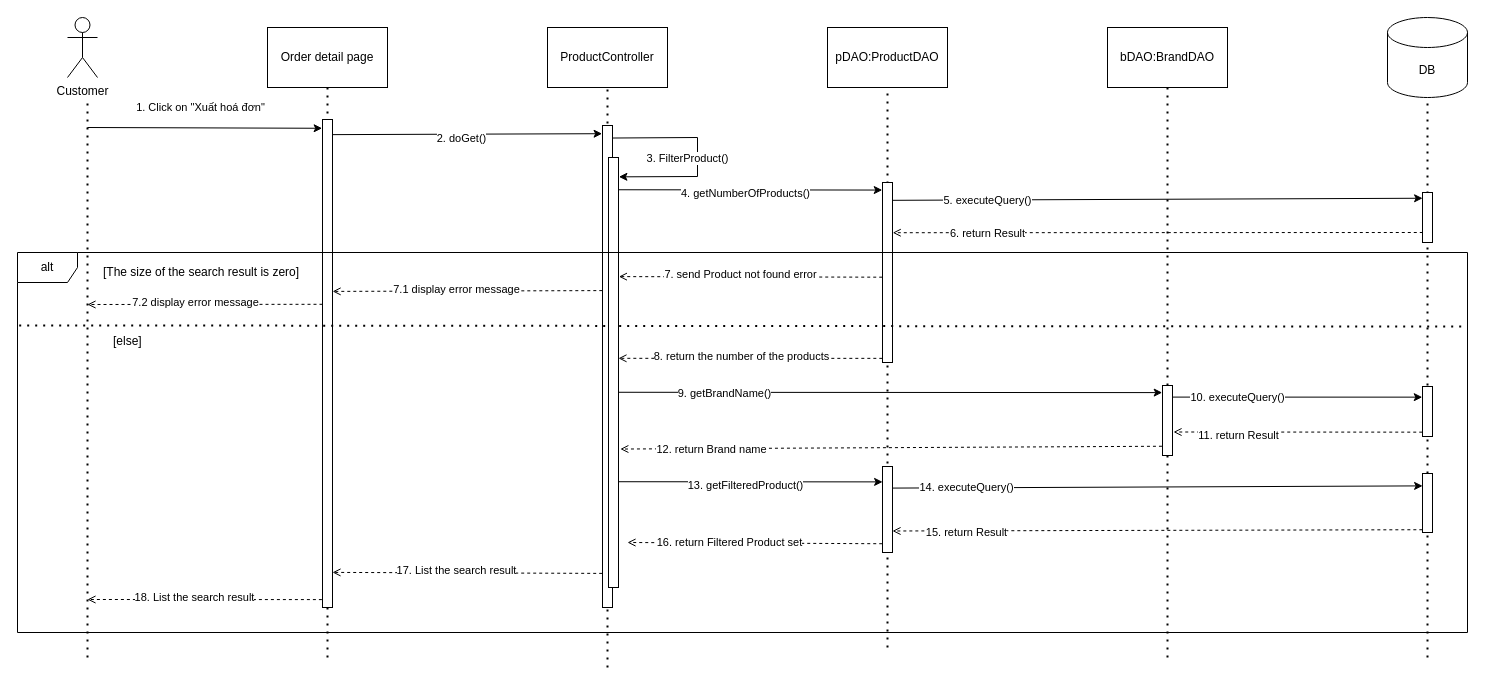
QuocZuong/perfume-store keeps this draw.io diagram as document/SDS/10.Export_Request/Sequence_Diagram/Export_Receipt_Sequence_Diagram.drawio. Above is the earlier version. Source tidied: cells renumbered, new cells numbered last; positions are measured from the earlier drawing's top-left corner, leaving out a move shared by most shapes. Both pictures are drawn from the tidied source at 100%, with x=0, y=0 at pixel (17, 17).
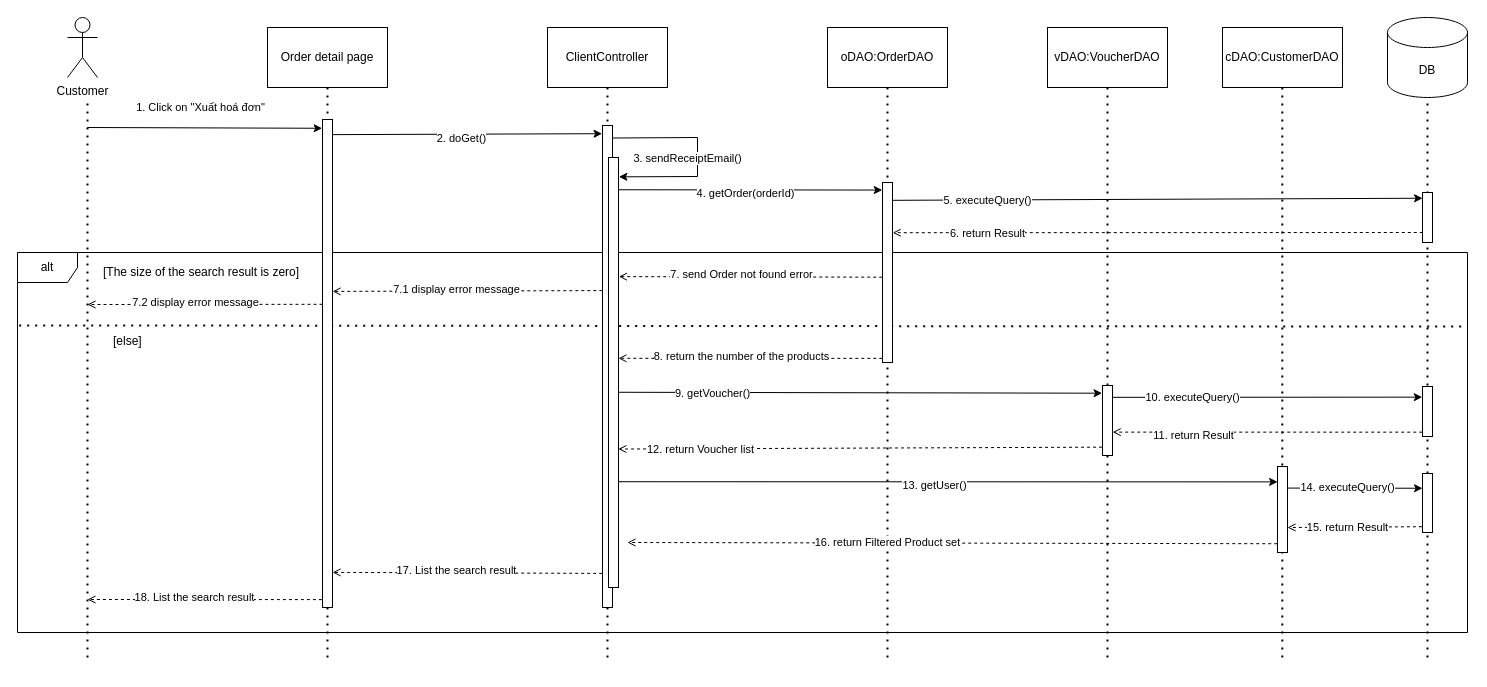
The same page after the edit.

Unchanged cells that the change refers to:
```xml
<mxCell id="17" style="rounded=0;whiteSpace=wrap;html=1;" parent="1" vertex="1">
  <mxGeometry x="585" y="108" width="10" height="482" as="geometry" />
</mxCell>
<mxCell id="18" style="rounded=0;whiteSpace=wrap;html=1;" parent="1" vertex="1">
  <mxGeometry x="865" y="165" width="10" height="180" as="geometry" />
</mxCell>
<mxCell id="34" style="rounded=0;whiteSpace=wrap;html=1;" parent="1" vertex="1">
  <mxGeometry x="1405" y="369" width="10" height="50" as="geometry" />
</mxCell>
<mxCell id="38" style="rounded=0;whiteSpace=wrap;html=1;" parent="1" vertex="1">
  <mxGeometry x="1405" y="456" width="10" height="59" as="geometry" />
</mxCell>
<mxCell id="44" style="rounded=0;whiteSpace=wrap;html=1;" parent="1" vertex="1">
  <mxGeometry x="591" y="140" width="10" height="430" as="geometry" />
</mxCell>
```

Change to the diagram source:
```diff
@@
+    <mxCell id="47" style="endArrow=none;dashed=1;html=1;dashPattern=1 3;strokeWidth=2;rounded=0;entryX=0.5;entryY=1;entryDx=0;entryDy=0;" parent="1" edge="1">
+      <mxGeometry relative="1" as="geometry">
+        <mxPoint x="1264.8" y="640" as="sourcePoint" />
+        <mxPoint x="1264.8" y="70" as="targetPoint" />
+      </mxGeometry>
+    </mxCell>
+    <mxCell id="6" style="endArrow=none;dashed=1;html=1;dashPattern=1 3;strokeWidth=2;rounded=0;" parent="1" edge="1">
+      <mxGeometry relative="1" as="geometry">
+        <mxPoint x="70" y="640" as="sourcePoint" />
+        <mxPoint x="70" y="80" as="targetPoint" />
+      </mxGeometry>
+    </mxCell>
+    <mxCell id="28" style="endArrow=none;dashed=1;html=1;dashPattern=1 3;strokeWidth=2;rounded=0;exitX=0.002;exitY=0.165;exitDx=0;exitDy=0;exitPerimeter=0;entryX=1;entryY=0.195;entryDx=0;entryDy=0;entryPerimeter=0;" parent="1" edge="1" target="46">
+      <mxGeometry relative="1" as="geometry">
+        <mxPoint x="1.7" y="307.9" as="sourcePoint" />
+      </mxGeometry>
+    </mxCell>
+    <mxCell id="46" value="alt" style="shape=umlFrame;whiteSpace=wrap;html=1;" parent="1" vertex="1">
+      <mxGeometry y="235" width="1450" height="380" as="geometry" />
+    </mxCell>
@@
-    <mxCell id="4" value="ProductController" style="rounded=0;whiteSpace=wrap;html=1;" parent="1" vertex="1">
+    <mxCell id="4" value="ClientController" style="rounded=0;whiteSpace=wrap;html=1;" parent="1" vertex="1">
       <mxGeometry x="530" y="10" width="120" height="60" as="geometry" />
     </mxCell>
-    <mxCell id="5" value="pDAO:ProductDAO" style="rounded=0;whiteSpace=wrap;html=1;" parent="1" vertex="1">
+    <mxCell id="5" value="oDAO:OrderDAO" style="rounded=0;whiteSpace=wrap;html=1;" parent="1" vertex="1">
       <mxGeometry x="810" y="10" width="120" height="60" as="geometry" />
     </mxCell>
-    <mxCell id="6" style="endArrow=none;dashed=1;html=1;dashPattern=1 3;strokeWidth=2;rounded=0;" parent="1" edge="1">
-      <mxGeometry relative="1" as="geometry">
-        <mxPoint x="70" y="640" as="sourcePoint" />
-        <mxPoint x="70" y="80" as="targetPoint" />
-      </mxGeometry>
-    </mxCell>
@@
     <mxCell id="8" style="endArrow=none;dashed=1;html=1;dashPattern=1 3;strokeWidth=2;rounded=0;entryX=0.5;entryY=1;entryDx=0;entryDy=0;" parent="1" edge="1" target="4">
       <mxGeometry relative="1" as="geometry">
-        <mxPoint x="590" y="650" as="sourcePoint" />
+        <mxPoint x="590" y="640" as="sourcePoint" />
       </mxGeometry>
     </mxCell>
     <mxCell id="9" style="endArrow=none;dashed=1;html=1;dashPattern=1 3;strokeWidth=2;rounded=0;" parent="1" edge="1">
       <mxGeometry relative="1" as="geometry">
-        <mxPoint x="870" y="630" as="sourcePoint" />
+        <mxPoint x="870" y="640" as="sourcePoint" />
         <mxPoint x="870" y="70" as="targetPoint" />
       </mxGeometry>
     </mxCell>
@@
-    <mxCell id="12" value="bDAO:BrandDAO" style="rounded=0;whiteSpace=wrap;html=1;" parent="1" vertex="1">
-      <mxGeometry x="1090" y="10" width="120" height="60" as="geometry" />
+    <mxCell id="12" value="vDAO:VoucherDAO" style="rounded=0;whiteSpace=wrap;html=1;" parent="1" vertex="1">
+      <mxGeometry x="1030" y="10" width="120" height="60" as="geometry" />
     </mxCell>
     <mxCell id="13" style="endArrow=none;dashed=1;html=1;dashPattern=1 3;strokeWidth=2;rounded=0;entryX=0.5;entryY=1;entryDx=0;entryDy=0;" parent="1" edge="1" target="12">
       <mxGeometry relative="1" as="geometry">
-        <mxPoint x="1150" y="640" as="sourcePoint" />
+        <mxPoint x="1090" y="640" as="sourcePoint" />
       </mxGeometry>
     </mxCell>
@@
-    <mxCell id="19" value="4. getNumberOfProducts()" style="endArrow=classic;html=1;rounded=0;entryX=-0.024;entryY=0.042;entryDx=0;entryDy=0;entryPerimeter=0;exitX=0.988;exitY=0.075;exitDx=0;exitDy=0;exitPerimeter=0;" parent="1" edge="1" source="44" target="18">
+    <mxCell id="19" value="4. getOrder(orderId)" style="endArrow=classic;html=1;rounded=0;entryX=-0.024;entryY=0.042;entryDx=0;entryDy=0;entryPerimeter=0;exitX=0.988;exitY=0.075;exitDx=0;exitDy=0;exitPerimeter=0;" parent="1" edge="1" source="44" target="18">
       <mxGeometry x="-0.04" y="-4" relative="1" as="geometry" />
     </mxCell>
@@
-    <mxCell id="23" value="7. send Product not found error" style="endArrow=open;html=1;rounded=0;dashed=1;endFill=0;exitX=-0.028;exitY=0.526;exitDx=0;exitDy=0;exitPerimeter=0;entryX=1.039;entryY=0.277;entryDx=0;entryDy=0;entryPerimeter=0;" parent="1" edge="1" source="18" target="44">
-      <mxGeometry x="0.08" y="-2" relative="1" as="geometry" />
+    <mxCell id="23" value="7. send Order not found error" style="endArrow=open;html=1;rounded=0;dashed=1;endFill=0;exitX=-0.028;exitY=0.526;exitDx=0;exitDy=0;exitPerimeter=0;entryX=1.039;entryY=0.277;entryDx=0;entryDy=0;entryPerimeter=0;" parent="1" edge="1" source="18" target="44">
+      <mxGeometry x="0.07" y="-2" relative="1" as="geometry" />
     </mxCell>
@@
-    <mxCell id="28" style="endArrow=none;dashed=1;html=1;dashPattern=1 3;strokeWidth=2;rounded=0;exitX=0.002;exitY=0.165;exitDx=0;exitDy=0;exitPerimeter=0;entryX=1;entryY=0.195;entryDx=0;entryDy=0;entryPerimeter=0;" parent="1" edge="1" target="46">
-      <mxGeometry relative="1" as="geometry">
-        <mxPoint x="1.7" y="307.9" as="sourcePoint" />
-      </mxGeometry>
-    </mxCell>
@@
-    <mxCell id="30" value="9. getBrandName()" style="endArrow=classic;html=1;rounded=0;entryX=-0.032;entryY=0.144;entryDx=0;entryDy=0;entryPerimeter=0;exitX=1.012;exitY=0.546;exitDx=0;exitDy=0;exitPerimeter=0;" parent="1" edge="1" source="44">
-      <mxGeometry x="-0.61" y="-1" relative="1" as="geometry">
-        <mxPoint x="1144.7" y="375.1" as="targetPoint" />
-      </mxGeometry>
+    <mxCell id="30" value="9. getVoucher()" style="endArrow=classic;html=1;rounded=0;exitX=1.012;exitY=0.546;exitDx=0;exitDy=0;exitPerimeter=0;entryX=-0.043;entryY=0.11;entryDx=0;entryDy=0;entryPerimeter=0;" parent="1" edge="1" source="44" target="31">
+      <mxGeometry x="-0.61" y="-1" relative="1" as="geometry" />
     </mxCell>
     <mxCell id="31" style="rounded=0;whiteSpace=wrap;html=1;" parent="1" vertex="1">
-      <mxGeometry x="1145" y="368" width="10" height="70" as="geometry" />
+      <mxGeometry x="1085" y="368" width="10" height="70" as="geometry" />
     </mxCell>
-    <mxCell id="32" value="12. return Brand name" style="endArrow=open;html=1;rounded=0;exitX=-0.054;exitY=0.868;exitDx=0;exitDy=0;dashed=1;endFill=0;exitPerimeter=0;entryX=1.181;entryY=0.678;entryDx=0;entryDy=0;entryPerimeter=0;" parent="1" edge="1" source="31" target="44">
+    <mxCell id="32" value="12. return Voucher list" style="endArrow=open;html=1;rounded=0;dashed=1;endFill=0;entryX=0.983;entryY=0.678;entryDx=0;entryDy=0;entryPerimeter=0;exitX=-0.043;exitY=0.881;exitDx=0;exitDy=0;exitPerimeter=0;" parent="1" edge="1" source="31" target="44">
       <mxGeometry x="0.66" y="1" relative="1" as="geometry" />
     </mxCell>
-    <mxCell id="33" value="10. executeQuery()" style="endArrow=classic;html=1;rounded=0;entryX=-0.023;entryY=0.213;entryDx=0;entryDy=0;entryPerimeter=0;exitX=1.019;exitY=0.209;exitDx=0;exitDy=0;exitPerimeter=0;" parent="1" edge="1" target="34">
-      <mxGeometry x="-0.48" relative="1" as="geometry">
-        <mxPoint x="1155.2" y="379.6" as="sourcePoint" />
-      </mxGeometry>
+    <mxCell id="33" value="10. executeQuery()" style="endArrow=classic;html=1;rounded=0;entryX=-0.023;entryY=0.213;entryDx=0;entryDy=0;entryPerimeter=0;exitX=1.047;exitY=0.169;exitDx=0;exitDy=0;exitPerimeter=0;" parent="1" edge="1" source="31" target="34">
+      <mxGeometry x="-0.48" relative="1" as="geometry" />
     </mxCell>
@@
-    <mxCell id="35" value="11. return Result" style="endArrow=open;html=1;rounded=0;entryX=1;entryY=0.75;entryDx=0;entryDy=0;dashed=1;endFill=0;exitX=-0.026;exitY=0.913;exitDx=0;exitDy=0;exitPerimeter=0;" parent="1" edge="1" source="34">
-      <mxGeometry x="0.48" y="3" relative="1" as="geometry">
-        <mxPoint x="1156" y="414.5" as="targetPoint" />
-      </mxGeometry>
+    <mxCell id="35" value="11. return Result" style="endArrow=open;html=1;rounded=0;entryX=1.019;entryY=0.666;entryDx=0;entryDy=0;dashed=1;endFill=0;exitX=-0.026;exitY=0.913;exitDx=0;exitDy=0;exitPerimeter=0;entryPerimeter=0;" parent="1" edge="1" source="34" target="31">
+      <mxGeometry x="0.48" y="3" relative="1" as="geometry" />
     </mxCell>
-    <mxCell id="36" value="13. getFilteredProduct()" style="endArrow=classic;html=1;rounded=0;entryX=0.009;entryY=0.179;entryDx=0;entryDy=0;entryPerimeter=0;exitX=0.981;exitY=0.754;exitDx=0;exitDy=0;exitPerimeter=0;" parent="1" edge="1" source="44" target="37">
+    <mxCell id="36" value="13. getUser()" style="endArrow=classic;html=1;rounded=0;entryX=0.009;entryY=0.179;entryDx=0;entryDy=0;entryPerimeter=0;exitX=0.981;exitY=0.754;exitDx=0;exitDy=0;exitPerimeter=0;" parent="1" edge="1" source="44" target="37">
       <mxGeometry x="-0.04" y="-4" relative="1" as="geometry" />
     </mxCell>
     <mxCell id="37" style="rounded=0;whiteSpace=wrap;html=1;" parent="1" vertex="1">
-      <mxGeometry x="865" y="449" width="10" height="86" as="geometry" />
+      <mxGeometry x="1260" y="449" width="10" height="86" as="geometry" />
     </mxCell>
@@
-    <mxCell id="39" value="14. executeQuery()" style="endArrow=classic;html=1;rounded=0;entryX=0.011;entryY=0.21;entryDx=0;entryDy=0;exitX=1.027;exitY=0.251;exitDx=0;exitDy=0;exitPerimeter=0;entryPerimeter=0;" parent="1" edge="1" source="37" target="38">
+    <mxCell id="39" style="endArrow=classic;html=1;rounded=0;exitX=1.027;exitY=0.251;exitDx=0;exitDy=0;exitPerimeter=0;entryX=0;entryY=0.25;entryDx=0;entryDy=0;" parent="1" edge="1" source="37" target="38">
       <mxGeometry x="-0.72" relative="1" as="geometry" />
     </mxCell>
+    <mxCell id="48" value="14. executeQuery()" style="edgeLabel;html=1;align=center;verticalAlign=middle;" parent="39" vertex="1">
+      <mxGeometry x="-0.13" y="1" relative="1" as="geometry" />
+    </mxCell>
-    <mxCell id="40" value="15. return Result" style="endArrow=open;html=1;rounded=0;dashed=1;endFill=0;entryX=1;entryY=0.75;entryDx=0;entryDy=0;exitX=-0.017;exitY=0.953;exitDx=0;exitDy=0;exitPerimeter=0;" parent="1" edge="1" source="38" target="37">
-      <mxGeometry x="0.72" y="2" relative="1" as="geometry" />
+    <mxCell id="40" style="endArrow=open;html=1;rounded=0;dashed=1;endFill=0;exitX=-0.061;exitY=0.902;exitDx=0;exitDy=0;exitPerimeter=0;" parent="1" edge="1" source="38">
+      <mxGeometry x="0.72" y="2" relative="1" as="geometry">
+        <mxPoint x="1270" y="510" as="targetPoint" />
+      </mxGeometry>
     </mxCell>
+    <mxCell id="49" value="15. return Result" style="edgeLabel;html=1;align=center;verticalAlign=middle;" parent="40" vertex="1">
+      <mxGeometry x="0.11" relative="1" as="geometry" />
+    </mxCell>
@@
-    <mxCell id="45" value="3. FilterProduct()" style="endArrow=classic;html=1;rounded=0;entryX=1.04;entryY=0.045;entryDx=0;entryDy=0;entryPerimeter=0;exitX=1.042;exitY=0.026;exitDx=0;exitDy=0;exitPerimeter=0;" parent="1" edge="1" source="17" target="44">
+    <mxCell id="45" value="3. sendReceiptEmail()" style="endArrow=classic;html=1;rounded=0;entryX=1.04;entryY=0.045;entryDx=0;entryDy=0;entryPerimeter=0;exitX=1.042;exitY=0.026;exitDx=0;exitDy=0;exitPerimeter=0;" parent="1" edge="1" source="17" target="44">
       <mxGeometry x="0.05" y="-10" relative="1" as="geometry">
         <Array as="points">
           <mxPoint x="680" y="120" />
           <mxPoint x="680" y="159" />
         </Array>
       </mxGeometry>
     </mxCell>
-    <mxCell id="46" value="alt" style="shape=umlFrame;whiteSpace=wrap;html=1;" parent="1" vertex="1">
-      <mxGeometry y="235" width="1450" height="380" as="geometry" />
-    </mxCell>
+    <mxCell id="50" value="cDAO:CustomerDAO" style="rounded=0;whiteSpace=wrap;html=1;" parent="1" vertex="1">
+      <mxGeometry x="1205" y="10" width="120" height="60" as="geometry" />
+    </mxCell>
```
